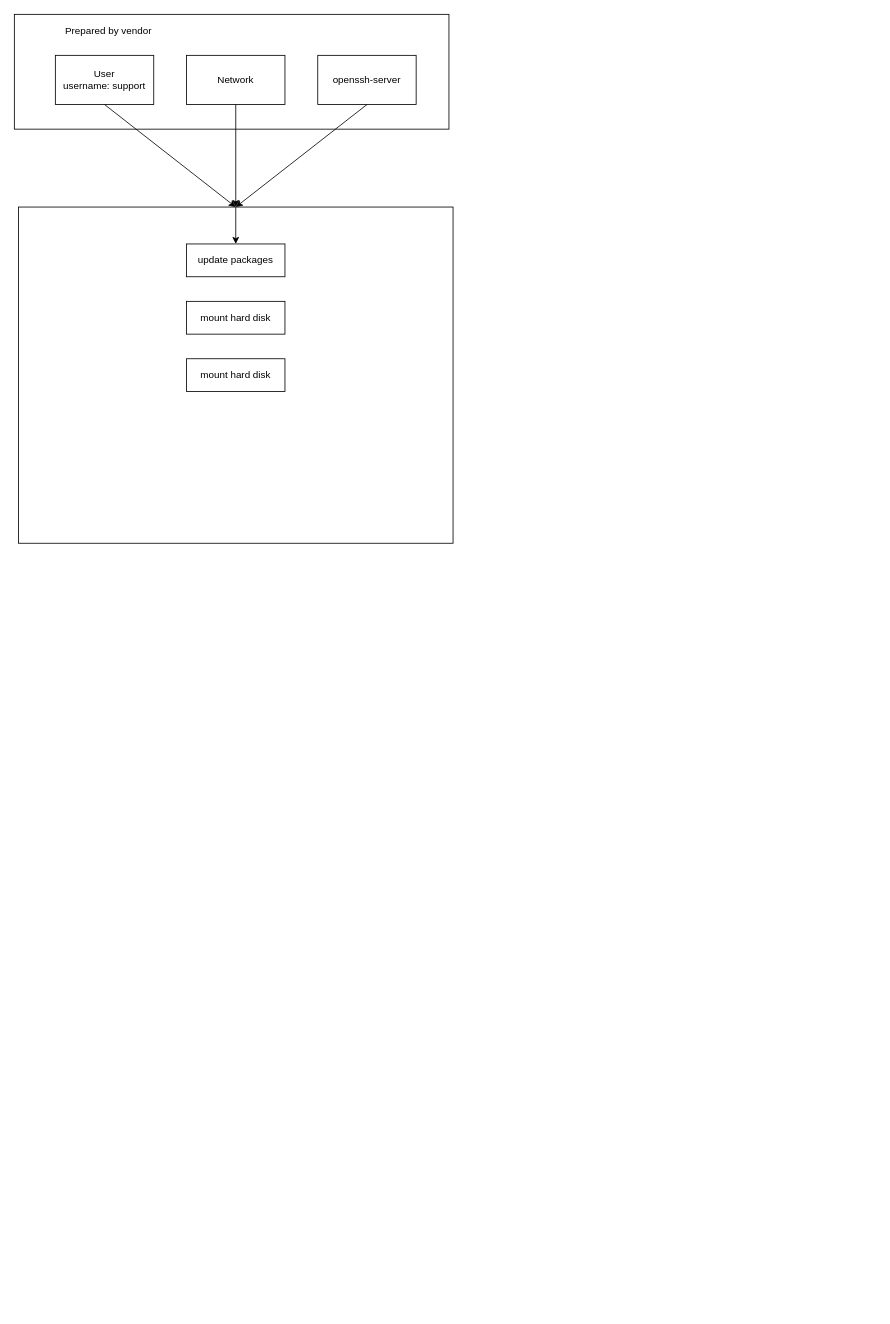
Before: BYOAI Deploy Work Flow Diagram.drawio in QAlexBall/diagrams, a draw.io diagram. Source tidied: cells renumbered, new cells numbered last; positions are measured from the earlier drawing's top-left corner, leaving out a move shared by most shapes. Both pictures are drawn from the tidied source at 82%, with x=0, y=0 at pixel (14, 14).
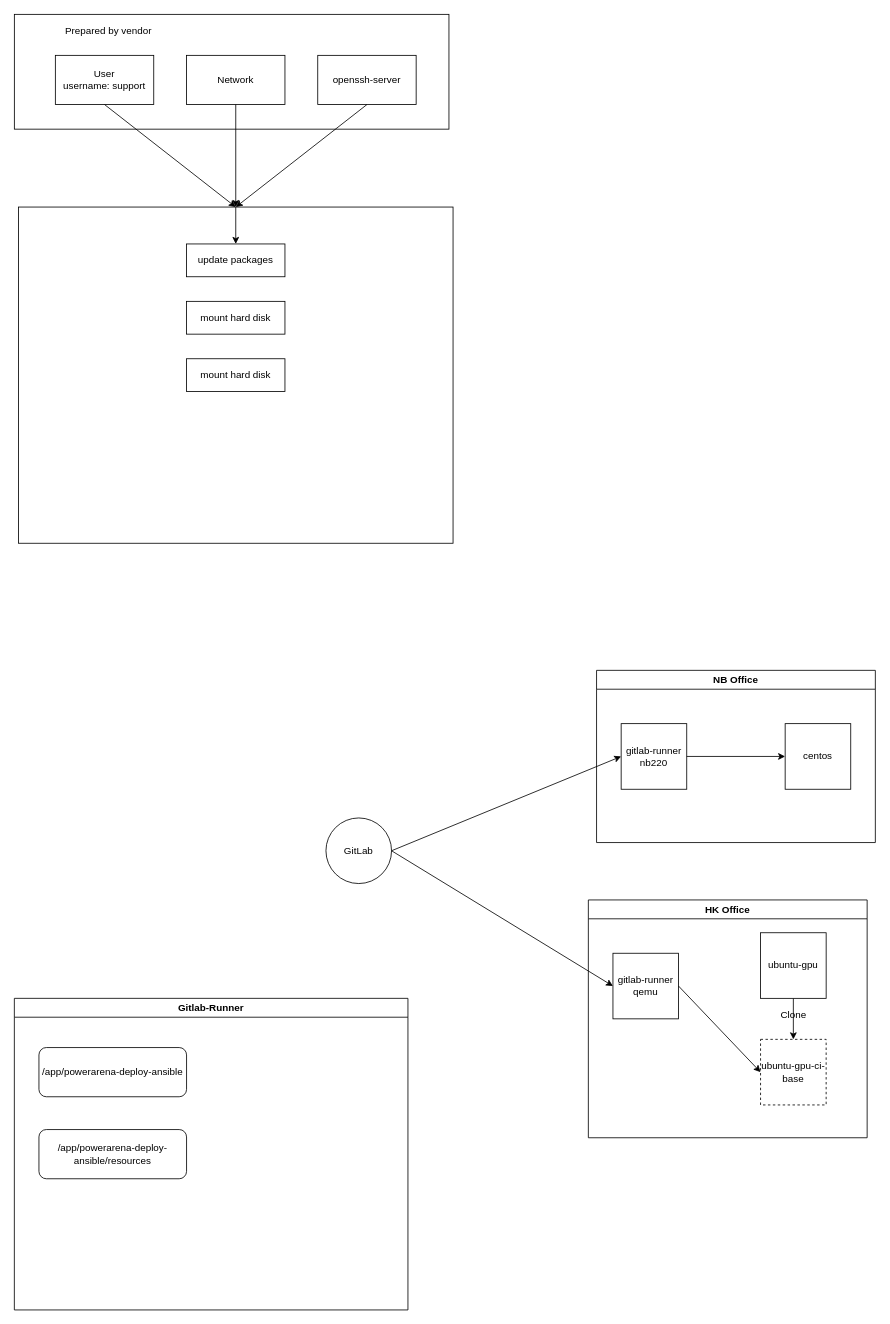
Above is the later version.

The edit, as a diff of the source:
```diff
@@
+    <mxCell id="15" value="NB Office" style="swimlane;" parent="1" vertex="1">
+      <mxGeometry x="710" y="800" width="340" height="210" as="geometry" />
+    </mxCell>
+    <mxCell id="16" value="centos" style="whiteSpace=wrap;html=1;" parent="15" vertex="1">
+      <mxGeometry x="230" y="65" width="80" height="80" as="geometry" />
+    </mxCell>
+    <mxCell id="17" value="gitlab-runner&lt;br&gt;nb220" style="whiteSpace=wrap;html=1;" parent="15" vertex="1">
+      <mxGeometry x="30" y="65" width="80" height="80" as="geometry" />
+    </mxCell>
+    <mxCell id="18" style="endArrow=classic;html=1;rounded=0;exitX=1;exitY=0.5;exitDx=0;exitDy=0;entryX=0;entryY=0.5;entryDx=0;entryDy=0;" parent="15" edge="1" source="17" target="16">
+      <mxGeometry relative="1" as="geometry" />
+    </mxCell>
+    <mxCell id="19" value="HK Office" style="swimlane;" parent="1" vertex="1">
+      <mxGeometry x="700" y="1080" width="340" height="290" as="geometry" />
+    </mxCell>
+    <mxCell id="20" value="ubuntu-gpu-ci-base" style="whiteSpace=wrap;html=1;dashed=1;" parent="19" vertex="1">
+      <mxGeometry x="210" y="170" width="80" height="80" as="geometry" />
+    </mxCell>
+    <mxCell id="21" value="gitlab-runner&lt;br&gt;qemu" style="whiteSpace=wrap;html=1;" parent="19" vertex="1">
+      <mxGeometry x="30" y="65" width="80" height="80" as="geometry" />
+    </mxCell>
+    <mxCell id="22" style="endArrow=classic;html=1;rounded=0;exitX=1;exitY=0.5;exitDx=0;exitDy=0;entryX=0;entryY=0.5;entryDx=0;entryDy=0;" parent="19" edge="1" source="21" target="20">
+      <mxGeometry relative="1" as="geometry" />
+    </mxCell>
+    <mxCell id="23" style="edgeStyle=orthogonalEdgeStyle;rounded=0;jettySize=auto;html=1;entryX=0.5;entryY=0;entryDx=0;entryDy=0;" parent="19" edge="1" source="24" target="20">
+      <mxGeometry relative="1" as="geometry" />
+    </mxCell>
+    <mxCell id="24" value="ubuntu-gpu" style="whiteSpace=wrap;html=1;" parent="19" vertex="1">
+      <mxGeometry x="210" y="40" width="80" height="80" as="geometry" />
+    </mxCell>
+    <mxCell id="25" value="GitLab" style="ellipse;whiteSpace=wrap;html=1;" parent="1" vertex="1">
+      <mxGeometry x="380" y="980" width="80" height="80" as="geometry" />
+    </mxCell>
+    <mxCell id="26" value="Clone" style="text;html=1;align=center;verticalAlign=middle;strokeColor=none;fillColor=none;" parent="1" vertex="1">
+      <mxGeometry x="925" y="1210" width="50" height="20" as="geometry" />
+    </mxCell>
+    <mxCell id="27" style="endArrow=classic;html=1;rounded=0;exitX=1;exitY=0.5;exitDx=0;exitDy=0;entryX=0;entryY=0.5;entryDx=0;entryDy=0;" parent="1" edge="1" source="25" target="17">
+      <mxGeometry relative="1" as="geometry" />
+    </mxCell>
+    <mxCell id="28" style="endArrow=classic;html=1;rounded=0;exitX=1;exitY=0.5;exitDx=0;exitDy=0;entryX=0;entryY=0.5;entryDx=0;entryDy=0;" parent="1" edge="1" source="25" target="21">
+      <mxGeometry relative="1" as="geometry" />
+    </mxCell>
+    <mxCell id="29" value="Gitlab-Runner" style="swimlane;" parent="1" vertex="1">
+      <mxGeometry y="1200" width="480" height="380" as="geometry" />
+    </mxCell>
+    <mxCell id="30" value="/app/powerarena-deploy-ansible" style="rounded=1;whiteSpace=wrap;html=1;" parent="29" vertex="1">
+      <mxGeometry x="30" y="60" width="180" height="60" as="geometry" />
+    </mxCell>
+    <mxCell id="31" value="/app/powerarena-deploy-ansible/resources" style="rounded=1;whiteSpace=wrap;html=1;" parent="29" vertex="1">
+      <mxGeometry x="30" y="160" width="180" height="60" as="geometry" />
+    </mxCell>
```
